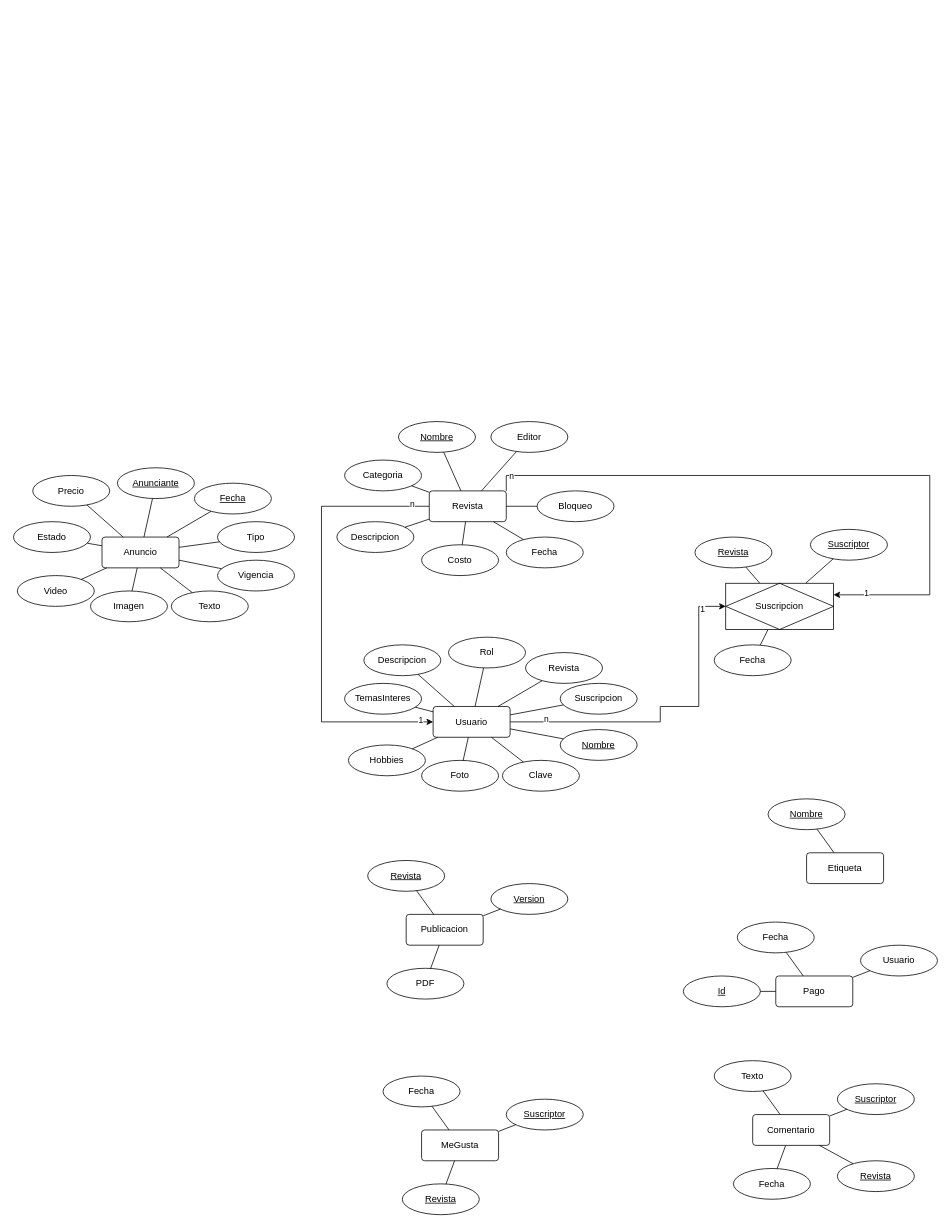
Earlier version of the draw.io diagram Diagrama Entidad Relacion.drawio (MynorDaniel/revistas-digitales). Source tidied: cells renumbered, new cells numbered last; positions are measured from the earlier drawing's top-left corner, leaving out a move shared by most shapes. Both pictures are drawn from the tidied source at 77%, with x=0, y=0 at pixel (13, 421).
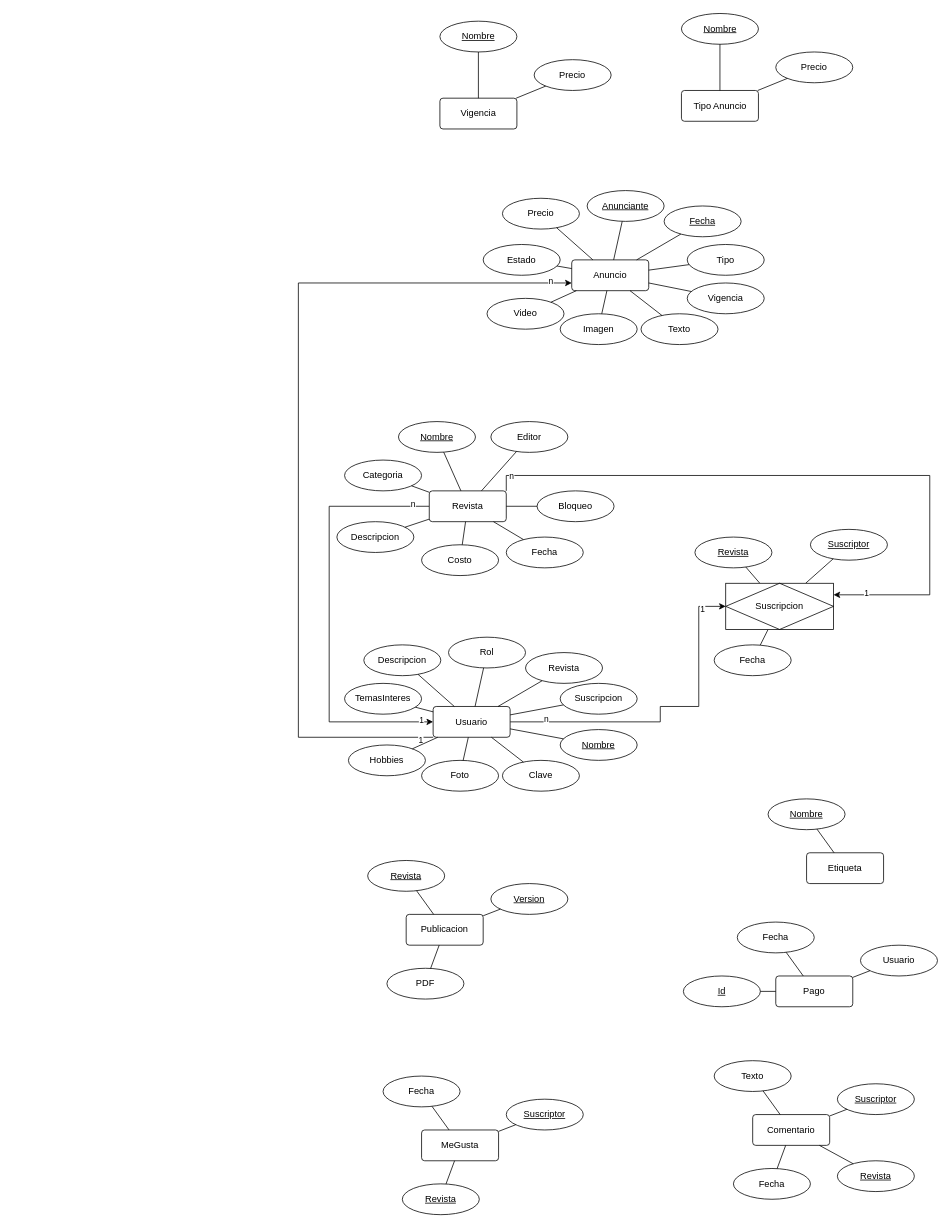
Above is the later version.

The change refers to these unchanged cells:
```xml
<mxCell id="8" value="Revista" style="rounded=1;arcSize=10;whiteSpace=wrap;html=1;align=center;" parent="1" vertex="1">
  <mxGeometry x="540" y="90" width="100" height="40" as="geometry" />
</mxCell>
<mxCell id="45" value="Usuario" style="rounded=1;arcSize=10;whiteSpace=wrap;html=1;align=center;" parent="1" vertex="1">
  <mxGeometry x="545" y="370" width="100" height="40" as="geometry" />
</mxCell>
```

The edit, as a diff of the source:
```diff
@@
     <mxCell id="2" style="edgeStyle=orthogonalEdgeStyle;rounded=0;jettySize=auto;html=1;exitX=0;exitY=0.5;exitDx=0;exitDy=0;entryX=0;entryY=0.5;entryDx=0;entryDy=0;" parent="1" edge="1" source="8" target="45">
       <mxGeometry relative="1" as="geometry">
         <Array as="points">
-          <mxPoint x="400" y="110" />
-          <mxPoint x="400" y="390" />
+          <mxPoint x="410" y="110" />
+          <mxPoint x="410" y="390" />
         </Array>
       </mxGeometry>
     </mxCell>
@@
     <mxCell id="23" value="Anuncio" style="rounded=1;arcSize=10;whiteSpace=wrap;html=1;align=center;" parent="1" vertex="1">
-      <mxGeometry x="115" y="150" width="100" height="40" as="geometry" />
+      <mxGeometry x="725" y="-210" width="100" height="40" as="geometry" />
     </mxCell>
     <mxCell id="24" value="Estado" style="ellipse;whiteSpace=wrap;html=1;align=center;" parent="1" vertex="1">
-      <mxGeometry y="130" width="100" height="40" as="geometry" />
+      <mxGeometry x="610" y="-230" width="100" height="40" as="geometry" />
     </mxCell>
     <mxCell id="25" value="Video" style="ellipse;whiteSpace=wrap;html=1;align=center;" parent="1" vertex="1">
-      <mxGeometry x="5" y="200" width="100" height="40" as="geometry" />
+      <mxGeometry x="615" y="-160" width="100" height="40" as="geometry" />
     </mxCell>
     <mxCell id="26" value="Imagen" style="ellipse;whiteSpace=wrap;html=1;align=center;" parent="1" vertex="1">
-      <mxGeometry x="100" y="220" width="100" height="40" as="geometry" />
+      <mxGeometry x="710" y="-140" width="100" height="40" as="geometry" />
     </mxCell>
     <mxCell id="27" value="Texto" style="ellipse;whiteSpace=wrap;html=1;align=center;" parent="1" vertex="1">
-      <mxGeometry x="205" y="220" width="100" height="40" as="geometry" />
+      <mxGeometry x="815" y="-140" width="100" height="40" as="geometry" />
     </mxCell>
     <mxCell id="28" value="Vigencia" style="ellipse;whiteSpace=wrap;html=1;align=center;" parent="1" vertex="1">
-      <mxGeometry x="265" y="180" width="100" height="40" as="geometry" />
+      <mxGeometry x="875" y="-180" width="100" height="40" as="geometry" />
     </mxCell>
     <mxCell id="29" value="Tipo" style="ellipse;whiteSpace=wrap;html=1;align=center;" parent="1" vertex="1">
-      <mxGeometry x="265" y="130" width="100" height="40" as="geometry" />
+      <mxGeometry x="875" y="-230" width="100" height="40" as="geometry" />
     </mxCell>
     <mxCell id="30" value="Precio" style="ellipse;whiteSpace=wrap;html=1;align=center;" parent="1" vertex="1">
-      <mxGeometry x="25" y="70" width="100" height="40" as="geometry" />
+      <mxGeometry x="635" y="-290" width="100" height="40" as="geometry" />
     </mxCell>
@@
     <mxCell id="38" value="&lt;u&gt;Anunciante&lt;/u&gt;" style="ellipse;whiteSpace=wrap;html=1;align=center;" parent="1" vertex="1">
-      <mxGeometry x="135" y="60" width="100" height="40" as="geometry" />
+      <mxGeometry x="745" y="-300" width="100" height="40" as="geometry" />
     </mxCell>
     <mxCell id="39" value="&lt;u&gt;Fecha&lt;/u&gt;" style="ellipse;whiteSpace=wrap;html=1;align=center;" parent="1" vertex="1">
-      <mxGeometry x="235" y="80" width="100" height="40" as="geometry" />
+      <mxGeometry x="845" y="-280" width="100" height="40" as="geometry" />
     </mxCell>
@@
+    <mxCell id="104" style="edgeStyle=orthogonalEdgeStyle;rounded=0;jettySize=auto;html=1;exitX=0;exitY=1;exitDx=0;exitDy=0;entryX=0;entryY=0.75;entryDx=0;entryDy=0;" parent="1" edge="1" source="45" target="23">
+      <mxGeometry relative="1" as="geometry">
+        <Array as="points">
+          <mxPoint x="370" y="410" />
+          <mxPoint x="370" y="-180" />
+        </Array>
+      </mxGeometry>
+    </mxCell>
+    <mxCell id="105" value="1" style="edgeLabel;html=1;align=center;verticalAlign=middle;" parent="104" vertex="1">
+      <mxGeometry x="-0.97" y="3" relative="1" as="geometry" />
+    </mxCell>
+    <mxCell id="106" value="n" style="edgeLabel;html=1;align=center;verticalAlign=middle;" parent="104" vertex="1">
+      <mxGeometry x="0.95" y="3" relative="1" as="geometry" />
+    </mxCell>
@@
+    <mxCell id="107" value="Tipo Anuncio" style="rounded=1;arcSize=10;whiteSpace=wrap;html=1;align=center;" parent="1" vertex="1">
+      <mxGeometry x="867.5" y="-430" width="100" height="40" as="geometry" />
+    </mxCell>
+    <mxCell id="108" value="&lt;u&gt;Nombre&lt;/u&gt;" style="ellipse;whiteSpace=wrap;html=1;align=center;" parent="1" vertex="1">
+      <mxGeometry x="867.5" y="-530" width="100" height="40" as="geometry" />
+    </mxCell>
+    <mxCell id="109" value="Precio" style="ellipse;whiteSpace=wrap;html=1;align=center;" parent="1" vertex="1">
+      <mxGeometry x="990" y="-480" width="100" height="40" as="geometry" />
+    </mxCell>
+    <mxCell id="110" style="endArrow=none;html=1;rounded=0;" parent="1" edge="1" source="107" target="108">
+      <mxGeometry relative="1" as="geometry" />
+    </mxCell>
+    <mxCell id="111" style="endArrow=none;html=1;rounded=0;" parent="1" edge="1" source="107" target="109">
+      <mxGeometry relative="1" as="geometry" />
+    </mxCell>
+    <mxCell id="112" value="Vigencia" style="rounded=1;arcSize=10;whiteSpace=wrap;html=1;align=center;" parent="1" vertex="1">
+      <mxGeometry x="553.8" y="-420" width="100" height="40" as="geometry" />
+    </mxCell>
+    <mxCell id="113" value="&lt;u&gt;Nombre&lt;/u&gt;" style="ellipse;whiteSpace=wrap;html=1;align=center;" parent="1" vertex="1">
+      <mxGeometry x="553.8" y="-520" width="100" height="40" as="geometry" />
+    </mxCell>
+    <mxCell id="114" value="Precio" style="ellipse;whiteSpace=wrap;html=1;align=center;" parent="1" vertex="1">
+      <mxGeometry x="676.2" y="-470" width="100" height="40" as="geometry" />
+    </mxCell>
+    <mxCell id="115" style="endArrow=none;html=1;rounded=0;" parent="1" edge="1" source="112" target="113">
+      <mxGeometry relative="1" as="geometry" />
+    </mxCell>
+    <mxCell id="116" style="endArrow=none;html=1;rounded=0;" parent="1" edge="1" source="112" target="114">
+      <mxGeometry relative="1" as="geometry" />
+    </mxCell>
```
